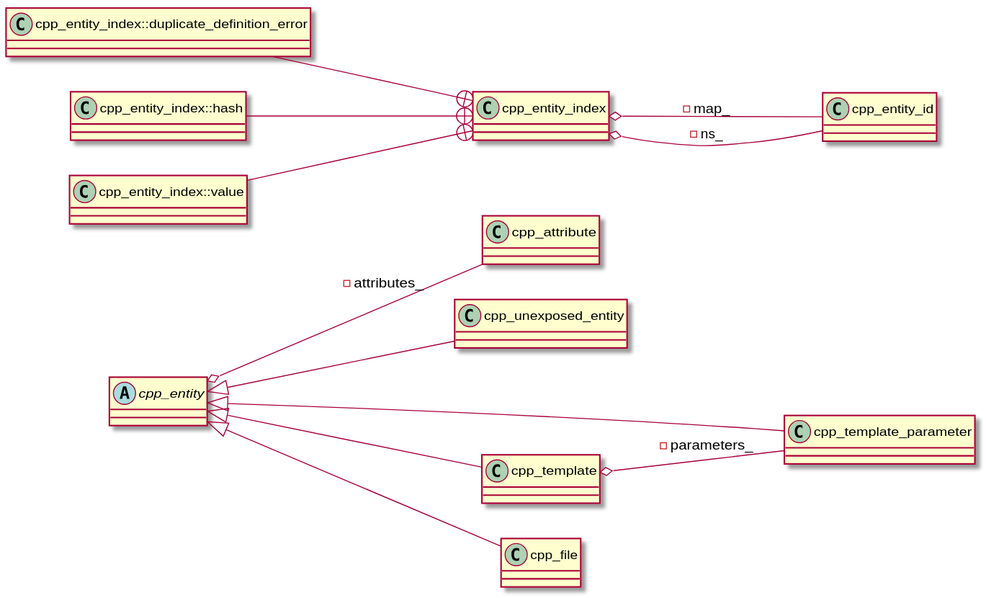
Above: cppast/puml/cpp_entity_index_class_diagram.svg in bkryza/clang-uml-examples (PlantUML), before the change.
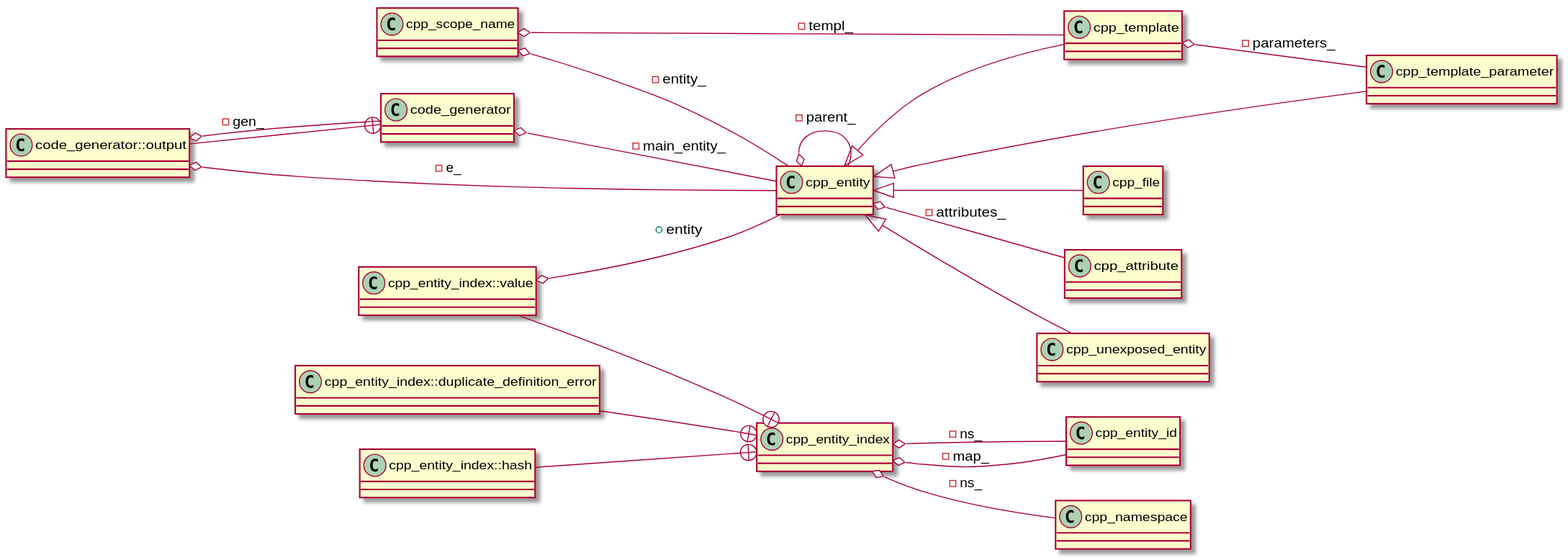
After the change.

The edit, as a diff of the source:
```diff
@@ -2,44 +2,80 @@
 left to right direction
 class "cpp_attribute" as C_0000560657228528420559
 class C_0000560657228528420559 [[https://github.com/foonathan/cppast/blob/f00df6675d87c6983033d270728c57a55cd3db22/include/cppast/cpp_attribute.hpp#L42{cpp_attribute}]] {
+__
 }
-abstract "cpp_entity" as C_0001854695372332280903
-abstract C_0001854695372332280903 [[https://github.com/foonathan/cppast/blob/f00df6675d87c6983033d270728c57a55cd3db22/include/cppast/cpp_entity.hpp#L47{cpp_entity}]] {
+class "cpp_scope_name" as C_0001691123644971107631
+class C_0001691123644971107631 [[https://github.com/foonathan/cppast/blob/f00df6675d87c6983033d270728c57a55cd3db22/include/cppast/cpp_entity.hpp#L22{cpp_scope_name}]] {
+__
+}
+class "cpp_entity" as C_0001854695372332280903
+class C_0001854695372332280903 [[https://github.com/foonathan/cppast/blob/f00df6675d87c6983033d270728c57a55cd3db22/include/cppast/cpp_entity.hpp#L47{cpp_entity}]] {
+__
 }
 class "cpp_unexposed_entity" as C_0001449857709503654826
 class C_0001449857709503654826 [[https://github.com/foonathan/cppast/blob/f00df6675d87c6983033d270728c57a55cd3db22/include/cppast/cpp_entity.hpp#L187{cpp_unexposed_entity}]] {
+__
 }
 class "cpp_entity_id" as C_0001152344551163828554
 class C_0001152344551163828554 [[https://github.com/foonathan/cppast/blob/f00df6675d87c6983033d270728c57a55cd3db22/include/cppast/cpp_entity_index.hpp#L38{cpp_entity_id}]] {
+__
 }
 class "cpp_entity_index" as C_0001989731226165037041
 class C_0001989731226165037041 [[https://github.com/foonathan/cppast/blob/f00df6675d87c6983033d270728c57a55cd3db22/include/cppast/cpp_entity_index.hpp#L58{cpp_entity_index}]] {
+__
 }
 class "cpp_entity_index::duplicate_definition_error" as C_0001989531636101477120
 class C_0001989531636101477120 [[https://github.com/foonathan/cppast/blob/f00df6675d87c6983033d270728c57a55cd3db22/include/cppast/cpp_entity_index.hpp#L62{cpp_entity_index##duplicate_definition_error}]] {
+__
 }
 class "cpp_entity_index::hash" as C_0000634431773903245144
 class C_0000634431773903245144 [[https://github.com/foonathan/cppast/blob/f00df6675d87c6983033d270728c57a55cd3db22/include/cppast/cpp_entity_index.hpp#L116{cpp_entity_index##hash}]] {
+__
 }
 class "cpp_entity_index::value" as C_0001918458639534713763
 class C_0001918458639534713763 [[https://github.com/foonathan/cppast/blob/f00df6675d87c6983033d270728c57a55cd3db22/include/cppast/cpp_entity_index.hpp#L124{cpp_entity_index##value}]] {
+__
+}
+class "code_generator" as C_0000664741342971710245
+class C_0000664741342971710245 [[https://github.com/foonathan/cppast/blob/f00df6675d87c6983033d270728c57a55cd3db22/include/cppast/code_generator.hpp#L142{code_generator}]] {
+__
+}
+class "code_generator::output" as C_0000192432743316866604
+class C_0000192432743316866604 [[https://github.com/foonathan/cppast/blob/f00df6675d87c6983033d270728c57a55cd3db22/include/cppast/code_generator.hpp#L168{code_generator##output}]] {
+__
 }
 class "cpp_template_parameter" as C_0001158442798649543268
 class C_0001158442798649543268 [[https://github.com/foonathan/cppast/blob/f00df6675d87c6983033d270728c57a55cd3db22/include/cppast/cpp_template_parameter.hpp#L17{cpp_template_parameter}]] {
+__
 }
 class "cpp_template" as C_0000007122300671081288
 class C_0000007122300671081288 [[https://github.com/foonathan/cppast/blob/f00df6675d87c6983033d270728c57a55cd3db22/include/cppast/cpp_template.hpp#L21{cpp_template}]] {
+__
 }
 class "cpp_file" as C_0001248593507051490272
 class C_0001248593507051490272 [[https://github.com/foonathan/cppast/blob/f00df6675d87c6983033d270728c57a55cd3db22/include/cppast/cppast_fwd.hpp#L36{cpp_file}]] {
+__
 }
+class "cpp_namespace" as C_0001318630691633731356
+class C_0001318630691633731356 [[https://github.com/foonathan/cppast/blob/f00df6675d87c6983033d270728c57a55cd3db22/include/cppast/cppast_fwd.hpp#L55{cpp_namespace}]] {
+__
+}
+C_0001691123644971107631 o-- C_0001854695372332280903 : -entity_
+C_0001691123644971107631 o-- C_0000007122300671081288 : -templ_
 C_0001854695372332280903 o-- C_0000560657228528420559 : -attributes_
+C_0001854695372332280903 o-- C_0001854695372332280903 : -parent_
 C_0001854695372332280903 <|-- C_0001449857709503654826
 C_0001989731226165037041 o-- C_0001152344551163828554 : -map_
 C_0001989731226165037041 o-- C_0001152344551163828554 : -ns_
+C_0001989731226165037041 o-- C_0001318630691633731356 : -ns_
 C_0001989531636101477120 --+ C_0001989731226165037041
 C_0000634431773903245144 --+ C_0001989731226165037041
 C_0001918458639534713763 --+ C_0001989731226165037041
+C_0001918458639534713763 o-- C_0001854695372332280903 : +entity
+C_0000664741342971710245 o-- C_0001854695372332280903 : -main_entity_
+C_0000192432743316866604 --+ C_0000664741342971710245
+C_0000192432743316866604 o-- C_0000664741342971710245 : -gen_
+C_0000192432743316866604 o-- C_0001854695372332280903 : -e_
 C_0001854695372332280903 <|-- C_0001158442798649543268
 C_0000007122300671081288 o-- C_0001158442798649543268 : -parameters_
 C_0001854695372332280903 <|-- C_0000007122300671081288
```
